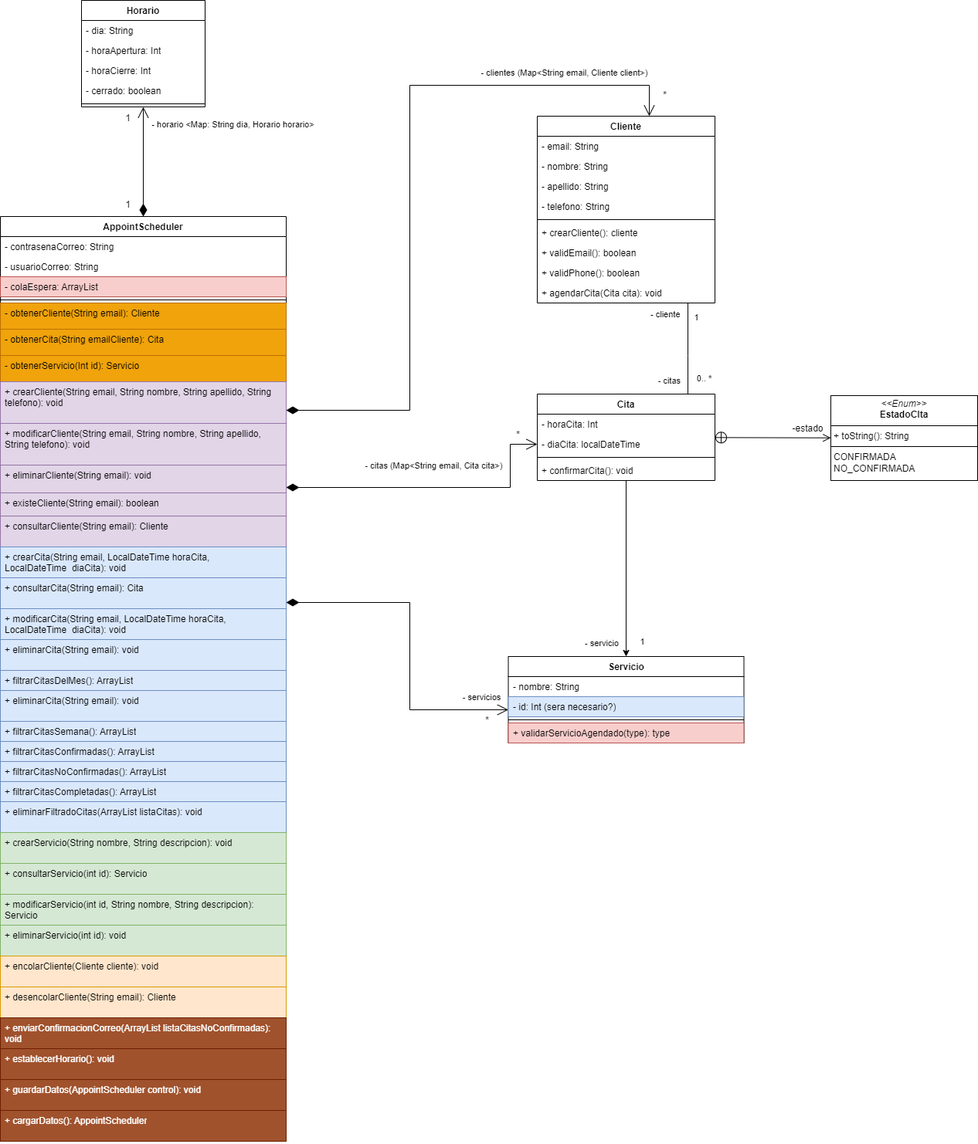
Before: AppointScheduler.drawio.png, a diagram exported from draw.io (liangbinjie/AppointScheduler). Source tidied: cells renumbered, new cells last; positions are measured from the earlier drawing's top-left corner, leaving out a move shared by most shapes.
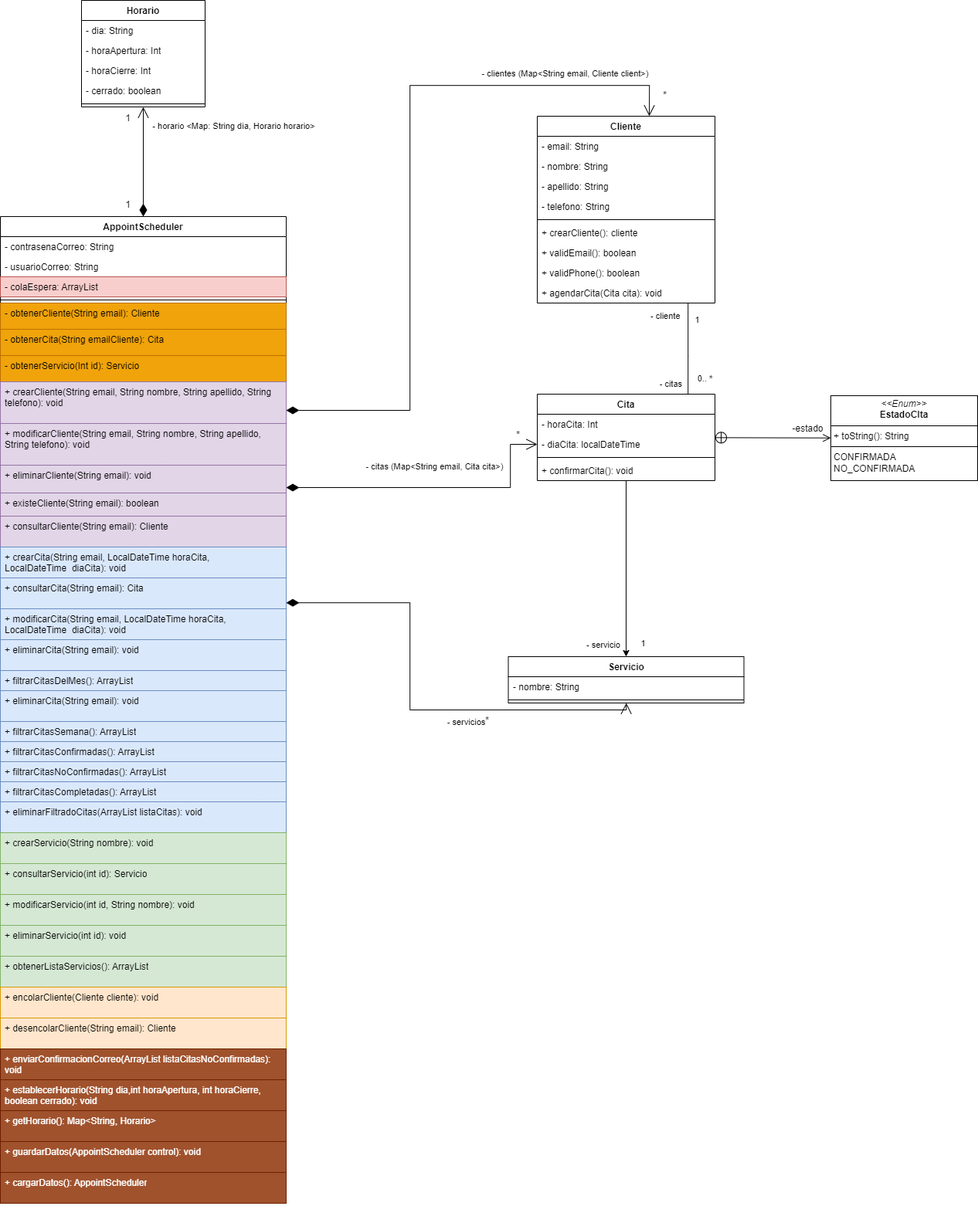
The same diagram one commit later.

What changed in the source:
```diff
@@ -48,22 +48,16 @@
       <mxGeometry y="86" width="230" height="26" as="geometry" />
     </mxCell>
     <mxCell id="17" value="Servicio" style="swimlane;fontStyle=1;align=center;verticalAlign=top;horizontal=1;startSize=26;whiteSpace=wrap;html=1;" parent="1" vertex="1">
-      <mxGeometry x="657.5" y="850" width="305" height="112" as="geometry" />
+      <mxGeometry x="657.5" y="850" width="305" height="60" as="geometry" />
     </mxCell>
     <mxCell id="18" value="- nombre: String" style="text;strokeColor=none;fillColor=none;align=left;verticalAlign=top;spacingLeft=4;spacingRight=4;overflow=hidden;whiteSpace=wrap;html=1;" parent="17" vertex="1">
       <mxGeometry y="26" width="305" height="26" as="geometry" />
     </mxCell>
-    <mxCell id="19" value="- id: Int (sera necesario?)" style="text;strokeColor=#6c8ebf;fillColor=#dae8fc;align=left;verticalAlign=top;spacingLeft=4;spacingRight=4;overflow=hidden;whiteSpace=wrap;html=1;" parent="17" vertex="1">
-      <mxGeometry y="52" width="305" height="26" as="geometry" />
-    </mxCell>
-    <mxCell id="20" style="line;strokeWidth=1;fillColor=none;align=left;verticalAlign=middle;spacingTop=-1;spacingLeft=3;spacingRight=3;labelPosition=right;strokeColor=inherit;" parent="17" vertex="1">
-      <mxGeometry y="78" width="305" height="8" as="geometry" />
-    </mxCell>
-    <mxCell id="21" value="+ validarServicioAgendado(type): type" style="text;strokeColor=#b85450;fillColor=#f8cecc;align=left;verticalAlign=top;spacingLeft=4;spacingRight=4;overflow=hidden;whiteSpace=wrap;html=1;" parent="17" vertex="1">
-      <mxGeometry y="86" width="305" height="26" as="geometry" />
-    </mxCell>
+    <mxCell id="86" style="line;strokeWidth=1;fillColor=none;align=left;verticalAlign=middle;spacingTop=-1;spacingLeft=3;spacingRight=3;labelPosition=right;strokeColor=inherit;" parent="17" vertex="1">
+      <mxGeometry y="52" width="305" height="8" as="geometry" />
+    </mxCell>
     <mxCell id="22" value="AppointScheduler" style="swimlane;fontStyle=1;align=center;verticalAlign=top;horizontal=1;startSize=26;whiteSpace=wrap;html=1;" parent="1" vertex="1">
-      <mxGeometry y="280" width="370" height="1198" as="geometry" />
+      <mxGeometry y="280" width="370" height="1278" as="geometry" />
     </mxCell>
     <mxCell id="23" value="- contrasenaCorreo: String" style="text;strokeColor=none;fillColor=none;align=left;verticalAlign=top;spacingLeft=4;spacingRight=4;overflow=hidden;whiteSpace=wrap;html=1;" parent="22" vertex="1">
       <mxGeometry y="26" width="370" height="26" as="geometry" />
@@ -134,35 +128,41 @@
     <mxCell id="45" value="+ eliminarFiltradoCitas(ArrayList listaCitas): void" style="text;strokeColor=#6c8ebf;fillColor=#dae8fc;align=left;verticalAlign=top;spacingLeft=4;spacingRight=4;overflow=hidden;whiteSpace=wrap;html=1;" parent="22" vertex="1">
       <mxGeometry y="758" width="370" height="40" as="geometry" />
     </mxCell>
-    <mxCell id="46" value="+ crearServicio(String nombre, String descripcion): void" style="text;strokeColor=#82b366;fillColor=#d5e8d4;align=left;verticalAlign=top;spacingLeft=4;spacingRight=4;overflow=hidden;whiteSpace=wrap;html=1;" parent="22" vertex="1">
-      <mxGeometry y="798" width="370" height="40" as="geometry" />
-    </mxCell>
+    <mxCell id="87" value="+ crearServicio(String nombre): void" style="text;strokeColor=#82b366;fillColor=#d5e8d4;align=left;verticalAlign=top;spacingLeft=4;spacingRight=4;overflow=hidden;whiteSpace=wrap;html=1;" parent="22" vertex="1">
+      <mxGeometry y="798" width="370" height="40" as="geometry" />
+    </mxCell>
     <mxCell id="47" value="+ consultarServicio(int id): Servicio" style="text;strokeColor=#82b366;fillColor=#d5e8d4;align=left;verticalAlign=top;spacingLeft=4;spacingRight=4;overflow=hidden;whiteSpace=wrap;html=1;" parent="22" vertex="1">
       <mxGeometry y="838" width="370" height="40" as="geometry" />
     </mxCell>
-    <mxCell id="48" value="+ modificarServicio(int id, String nombre, String descripcion): Servicio" style="text;strokeColor=#82b366;fillColor=#d5e8d4;align=left;verticalAlign=top;spacingLeft=4;spacingRight=4;overflow=hidden;whiteSpace=wrap;html=1;" parent="22" vertex="1">
-      <mxGeometry y="878" width="370" height="40" as="geometry" />
-    </mxCell>
+    <mxCell id="88" value="+ modificarServicio(int id, String nombre): void" style="text;strokeColor=#82b366;fillColor=#d5e8d4;align=left;verticalAlign=top;spacingLeft=4;spacingRight=4;overflow=hidden;whiteSpace=wrap;html=1;" parent="22" vertex="1">
+      <mxGeometry y="878" width="370" height="40" as="geometry" />
+    </mxCell>
     <mxCell id="49" value="+ eliminarServicio(int id): void" style="text;strokeColor=#82b366;fillColor=#d5e8d4;align=left;verticalAlign=top;spacingLeft=4;spacingRight=4;overflow=hidden;whiteSpace=wrap;html=1;" parent="22" vertex="1">
       <mxGeometry y="918" width="370" height="40" as="geometry" />
     </mxCell>
+    <mxCell id="89" value="+ obtenerListaServicios(): ArrayList" style="text;strokeColor=#82b366;fillColor=#d5e8d4;align=left;verticalAlign=top;spacingLeft=4;spacingRight=4;overflow=hidden;whiteSpace=wrap;html=1;" parent="22" vertex="1">
+      <mxGeometry y="958" width="370" height="40" as="geometry" />
+    </mxCell>
     <mxCell id="50" value="+ encolarCliente(Cliente cliente): void" style="text;strokeColor=#d79b00;fillColor=#ffe6cc;align=left;verticalAlign=top;spacingLeft=4;spacingRight=4;overflow=hidden;whiteSpace=wrap;html=1;" parent="22" vertex="1">
-      <mxGeometry y="958" width="370" height="40" as="geometry" />
+      <mxGeometry y="998" width="370" height="40" as="geometry" />
     </mxCell>
     <mxCell id="51" value="+ desencolarCliente(String email): Cliente" style="text;strokeColor=#d79b00;fillColor=#ffe6cc;align=left;verticalAlign=top;spacingLeft=4;spacingRight=4;overflow=hidden;whiteSpace=wrap;html=1;" parent="22" vertex="1">
-      <mxGeometry y="998" width="370" height="40" as="geometry" />
+      <mxGeometry y="1038" width="370" height="40" as="geometry" />
     </mxCell>
     <mxCell id="52" value="+ enviarConfirmacionCorreo(ArrayList listaCitasNoConfirmadas): void" style="text;strokeColor=#6D1F00;fillColor=#a0522d;align=left;verticalAlign=top;spacingLeft=4;spacingRight=4;overflow=hidden;whiteSpace=wrap;html=1;fontColor=#ffffff;" parent="22" vertex="1">
-      <mxGeometry y="1038" width="370" height="40" as="geometry" />
+      <mxGeometry y="1078" width="370" height="40" as="geometry" />
     </mxCell>
-    <mxCell id="53" value="+ establecerHorario(): void" style="text;strokeColor=#6D1F00;fillColor=#a0522d;align=left;verticalAlign=top;spacingLeft=4;spacingRight=4;overflow=hidden;whiteSpace=wrap;html=1;fontColor=#ffffff;" parent="22" vertex="1">
-      <mxGeometry y="1078" width="370" height="40" as="geometry" />
-    </mxCell>
+    <mxCell id="90" value="+ establecerHorario(String dia,int horaApertura, int horaCierre, boolean cerrado): void" style="text;strokeColor=#6D1F00;fillColor=#a0522d;align=left;verticalAlign=top;spacingLeft=4;spacingRight=4;overflow=hidden;whiteSpace=wrap;html=1;fontColor=#ffffff;" parent="22" vertex="1">
+      <mxGeometry y="1118" width="370" height="40" as="geometry" />
+    </mxCell>
+    <mxCell id="91" value="+ getHorario(): Map&amp;lt;String, Horario&amp;gt;" style="text;strokeColor=#6D1F00;fillColor=#a0522d;align=left;verticalAlign=top;spacingLeft=4;spacingRight=4;overflow=hidden;whiteSpace=wrap;html=1;fontColor=#ffffff;" parent="22" vertex="1">
+      <mxGeometry y="1158" width="370" height="40" as="geometry" />
+    </mxCell>
     <mxCell id="54" value="+ guardarDatos(AppointScheduler control): void" style="text;strokeColor=#6D1F00;fillColor=#a0522d;align=left;verticalAlign=top;spacingLeft=4;spacingRight=4;overflow=hidden;whiteSpace=wrap;html=1;fontColor=#ffffff;" parent="22" vertex="1">
-      <mxGeometry y="1118" width="370" height="40" as="geometry" />
+      <mxGeometry y="1198" width="370" height="40" as="geometry" />
     </mxCell>
     <mxCell id="55" value="+ cargarDatos(): AppointScheduler" style="text;strokeColor=#6D1F00;fillColor=#a0522d;align=left;verticalAlign=top;spacingLeft=4;spacingRight=4;overflow=hidden;whiteSpace=wrap;html=1;fontColor=#ffffff;" parent="22" vertex="1">
-      <mxGeometry y="1158" width="370" height="40" as="geometry" />
+      <mxGeometry y="1238" width="370" height="40" as="geometry" />
     </mxCell>
     <mxCell id="56" value="&lt;p style=&quot;margin:0px;margin-top:4px;text-align:center;&quot;&gt;&lt;i&gt;&amp;lt;&amp;lt;Enum&amp;gt;&amp;gt;&lt;/i&gt;&lt;br&gt;&lt;b&gt;EstadoCIta&lt;/b&gt;&lt;/p&gt;&lt;hr size=&quot;1&quot; style=&quot;border-style:solid;&quot;&gt;&lt;p style=&quot;margin:0px;margin-left:4px;&quot;&gt;+ toString(): String&lt;/p&gt;&lt;hr size=&quot;1&quot; style=&quot;border-style:solid;&quot;&gt;&lt;p style=&quot;margin:0px;margin-left:4px;&quot;&gt;CONFIRMADA&lt;/p&gt;&lt;p style=&quot;margin:0px;margin-left:4px;&quot;&gt;NO_CONFIRMADA&lt;/p&gt;" style="verticalAlign=top;align=left;overflow=fill;html=1;whiteSpace=wrap;" parent="1" vertex="1">
       <mxGeometry x="1075" y="512" width="190" height="110" as="geometry" />
@@ -170,17 +170,17 @@
     <mxCell id="57" style="endArrow=open;startArrow=circlePlus;endFill=0;startFill=0;endSize=8;html=1;rounded=0;" parent="1" edge="1" source="12" target="56">
       <mxGeometry relative="1" as="geometry" />
     </mxCell>
-    <mxCell id="58" style="endArrow=open;html=1;endSize=12;startArrow=diamondThin;startSize=14;startFill=1;edgeStyle=orthogonalEdgeStyle;align=left;verticalAlign=bottom;rounded=0;" parent="1" edge="1" source="22">
-      <mxGeometry x="-1" y="3" relative="1" as="geometry">
-        <mxPoint x="840" y="150" as="targetPoint" />
-        <Array as="points">
-          <mxPoint x="530" y="531" />
-          <mxPoint x="530" y="110" />
-          <mxPoint x="840" y="110" />
-        </Array>
-      </mxGeometry>
-    </mxCell>
+    <mxCell id="92" style="endArrow=open;html=1;endSize=12;startArrow=diamondThin;startSize=14;startFill=1;edgeStyle=orthogonalEdgeStyle;align=left;verticalAlign=bottom;rounded=0;" parent="1" edge="1" source="22">
+      <mxGeometry x="-1" y="3" relative="1" as="geometry">
+        <mxPoint x="840" y="150" as="targetPoint" />
+        <Array as="points">
+          <mxPoint x="530" y="531" />
+          <mxPoint x="530" y="110" />
+          <mxPoint x="840" y="110" />
+        </Array>
+      </mxGeometry>
+    </mxCell>
-    <mxCell id="59" value="- clientes (Map&amp;lt;String email, Cliente client&amp;gt;)" style="edgeLabel;html=1;align=center;verticalAlign=middle;" parent="58" vertex="1">
+    <mxCell id="59" value="- clientes (Map&amp;lt;String email, Cliente client&amp;gt;)" style="edgeLabel;html=1;align=center;verticalAlign=middle;" parent="92" vertex="1">
       <mxGeometry x="0.82" y="-2" relative="1" as="geometry">
         <mxPoint x="-68" y="-19" as="offset" />
       </mxGeometry>
@@ -195,7 +195,7 @@
     </mxCell>
     <mxCell id="61" value="- servicios" style="edgeLabel;html=1;align=center;verticalAlign=middle;" parent="60" vertex="1">
       <mxGeometry x="0.78" relative="1" as="geometry">
-        <mxPoint x="11" y="-17" as="offset" />
+        <mxPoint x="-154" y="14" as="offset" />
       </mxGeometry>
     </mxCell>
     <mxCell id="62" style="endArrow=open;html=1;endSize=12;startArrow=diamondThin;startSize=14;startFill=1;edgeStyle=orthogonalEdgeStyle;align=left;verticalAlign=bottom;rounded=0;entryX=0;entryY=0.5;entryDx=0;entryDy=0;" parent="1" edge="1" source="22" target="14">
@@ -245,11 +245,11 @@
         <mxPoint x="-10" y="-10" as="offset" />
       </mxGeometry>
     </mxCell>
-    <mxCell id="74" value="1" style="edgeLabel;html=1;align=center;verticalAlign=middle;" parent="72" vertex="1">
-      <mxGeometry x="0.79" y="-1" relative="1" as="geometry">
-        <mxPoint x="21" y="5" as="offset" />
-      </mxGeometry>
-    </mxCell>
+    <mxCell id="93" value="1" style="edgeLabel;html=1;align=center;verticalAlign=middle;" parent="72" vertex="1">
+      <mxGeometry x="0.79" y="-1" relative="1" as="geometry">
+        <mxPoint x="21" y="5" as="offset" />
+      </mxGeometry>
+    </mxCell>
     <mxCell id="75" style="endArrow=none;html=1;edgeStyle=orthogonalEdgeStyle;rounded=0;" parent="1" edge="1" source="2" target="12">
       <mxGeometry relative="1" as="geometry">
         <Array as="points">
@@ -268,11 +268,11 @@
         <mxPoint x="-10" y="-10" as="offset" />
       </mxGeometry>
     </mxCell>
-    <mxCell id="78" value="1" style="edgeLabel;html=1;align=center;verticalAlign=middle;" parent="75" vertex="1">
-      <mxGeometry x="-0.68" relative="1" as="geometry">
-        <mxPoint x="10" as="offset" />
-      </mxGeometry>
-    </mxCell>
+    <mxCell id="94" value="1" style="edgeLabel;html=1;align=center;verticalAlign=middle;" parent="75" vertex="1">
+      <mxGeometry x="-0.68" relative="1" as="geometry">
+        <mxPoint x="10" as="offset" />
+      </mxGeometry>
+    </mxCell>
     <mxCell id="79" value="0.. *" style="edgeLabel;html=1;align=center;verticalAlign=middle;" parent="75" vertex="1">
       <mxGeometry x="0.64" y="-1" relative="1" as="geometry">
         <mxPoint x="21" as="offset" />
```
